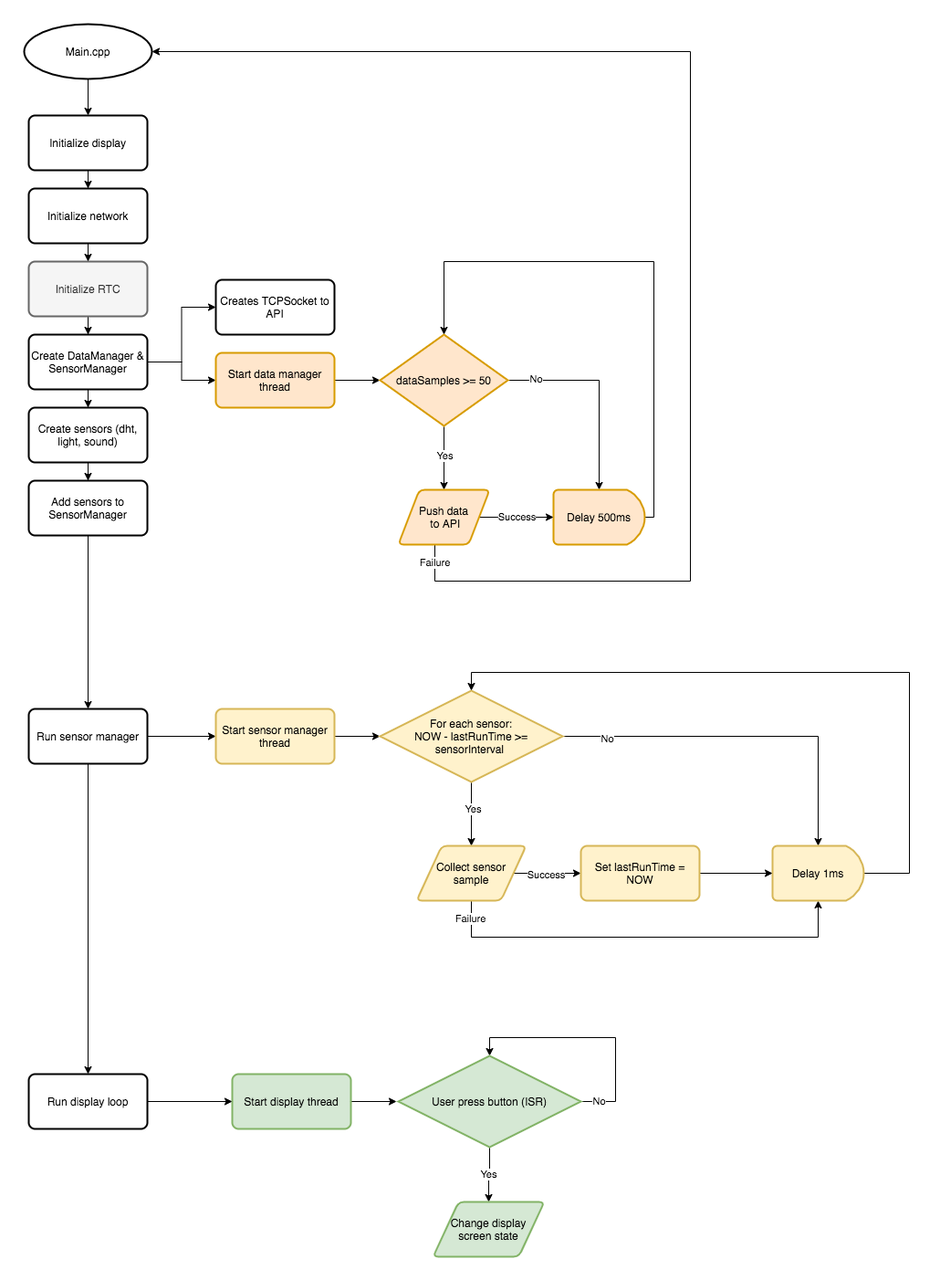
rasmus0201/ec3-office-monitor keeps this draw.io diagram as docs/img/flowchart.png. Above is the earlier version. Source tidied: cells renumbered, new cells last; positions are measured from the earlier drawing's top-left corner, leaving out a move shared by most shapes.
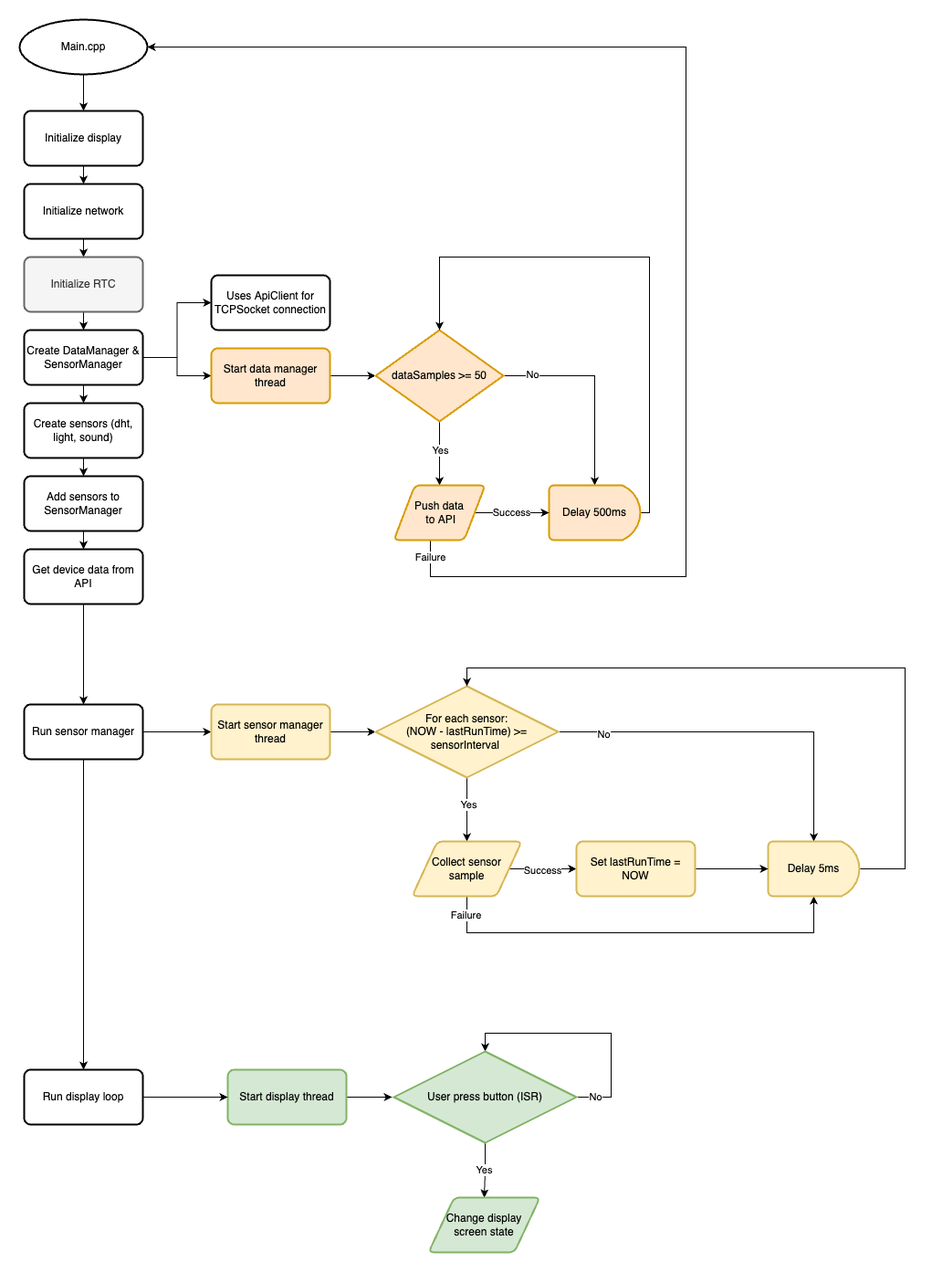
After the commit.

What changed in the source:
```diff
@@ -44,13 +44,16 @@
     <mxCell id="15" value="Create sensors (dht, light, sound)" style="rounded=1;whiteSpace=wrap;html=1;absoluteArcSize=1;arcSize=14;strokeWidth=2;" parent="1" vertex="1">
       <mxGeometry x="5" y="420" width="130" height="60" as="geometry" />
     </mxCell>
-    <mxCell id="16" style="edgeStyle=orthogonalEdgeStyle;rounded=0;jettySize=auto;html=1;entryX=0.5;entryY=0;entryDx=0;entryDy=0;" parent="1" edge="1" source="17" target="34">
+    <mxCell id="16" style="edgeStyle=orthogonalEdgeStyle;rounded=0;jettySize=auto;html=1;entryX=0.5;entryY=0;entryDx=0;entryDy=0;exitX=0.5;exitY=1;exitDx=0;exitDy=0;" parent="1" edge="1" source="61" target="34">
       <mxGeometry relative="1" as="geometry" />
     </mxCell>
+    <mxCell id="60" style="edgeStyle=orthogonalEdgeStyle;rounded=0;jettySize=auto;html=1;" parent="1" edge="1" source="17" target="61">
+      <mxGeometry relative="1" as="geometry" />
+    </mxCell>
     <mxCell id="17" value="Add sensors to SensorManager" style="rounded=1;whiteSpace=wrap;html=1;absoluteArcSize=1;arcSize=14;strokeWidth=2;" parent="1" vertex="1">
       <mxGeometry x="5" y="500" width="130" height="60" as="geometry" />
     </mxCell>
-    <mxCell id="18" value="Creates TCPSocket to API" style="rounded=1;whiteSpace=wrap;html=1;absoluteArcSize=1;arcSize=14;strokeWidth=2;" parent="1" vertex="1">
+    <mxCell id="18" value="Uses ApiClient for TCPSocket connection" style="rounded=1;whiteSpace=wrap;html=1;absoluteArcSize=1;arcSize=14;strokeWidth=2;" parent="1" vertex="1">
       <mxGeometry x="210" y="280" width="130" height="60" as="geometry" />
     </mxCell>
     <mxCell id="19" style="edgeStyle=orthogonalEdgeStyle;rounded=0;jettySize=auto;html=1;entryX=0;entryY=0.5;entryDx=0;entryDy=0;entryPerimeter=0;" parent="1" edge="1" source="20" target="25">
@@ -131,7 +134,7 @@
     <mxCell id="40" value="No" style="edgeLabel;html=1;align=center;verticalAlign=middle;" parent="39" vertex="1">
       <mxGeometry x="-0.76" y="-2" relative="1" as="geometry" />
     </mxCell>
-    <mxCell id="41" value="For each sensor:&lt;br&gt;NOW - lastRunTime &amp;gt;= sensorInterval&amp;nbsp;" style="strokeWidth=2;html=1;shape=mxgraph.flowchart.decision;whiteSpace=wrap;fillColor=#fff2cc;strokeColor=#d6b656;" parent="1" vertex="1">
+    <mxCell id="41" value="For each sensor:&lt;br&gt;(NOW - lastRunTime) &amp;gt;= sensorInterval&amp;nbsp;" style="strokeWidth=2;html=1;shape=mxgraph.flowchart.decision;whiteSpace=wrap;fillColor=#fff2cc;strokeColor=#d6b656;" parent="1" vertex="1">
       <mxGeometry x="390" y="730" width="200" height="100" as="geometry" />
     </mxCell>
     <mxCell id="42" style="edgeStyle=orthogonalEdgeStyle;rounded=0;jettySize=auto;html=1;entryX=0;entryY=0.5;entryDx=0;entryDy=0;" parent="1" edge="1" source="46" target="50">
@@ -163,7 +166,7 @@
         </Array>
       </mxGeometry>
     </mxCell>
-    <mxCell id="48" value="Delay 1ms" style="strokeWidth=2;html=1;shape=mxgraph.flowchart.delay;whiteSpace=wrap;fillColor=#fff2cc;strokeColor=#d6b656;" parent="1" vertex="1">
+    <mxCell id="48" value="Delay 5ms" style="strokeWidth=2;html=1;shape=mxgraph.flowchart.delay;whiteSpace=wrap;fillColor=#fff2cc;strokeColor=#d6b656;" parent="1" vertex="1">
       <mxGeometry x="820" y="900" width="100" height="60" as="geometry" />
     </mxCell>
     <mxCell id="49" style="edgeStyle=orthogonalEdgeStyle;rounded=0;jettySize=auto;html=1;entryX=0;entryY=0.5;entryDx=0;entryDy=0;entryPerimeter=0;" parent="1" edge="1" source="50" target="48">
@@ -207,5 +210,8 @@
     <mxCell id="59" value="Change display screen state" style="shape=parallelogram;html=1;strokeWidth=2;perimeter=parallelogramPerimeter;whiteSpace=wrap;rounded=1;arcSize=12;size=0.23;fillColor=#d5e8d4;strokeColor=#82b366;" parent="1" vertex="1">
       <mxGeometry x="448" y="1290" width="122" height="60" as="geometry" />
     </mxCell>
+    <mxCell id="61" value="Get device data from API" style="rounded=1;whiteSpace=wrap;html=1;absoluteArcSize=1;arcSize=14;strokeWidth=2;" parent="1" vertex="1">
+      <mxGeometry x="5" y="580" width="130" height="60" as="geometry" />
+    </mxCell>
   </root>
 </mxGraphModel>
```
